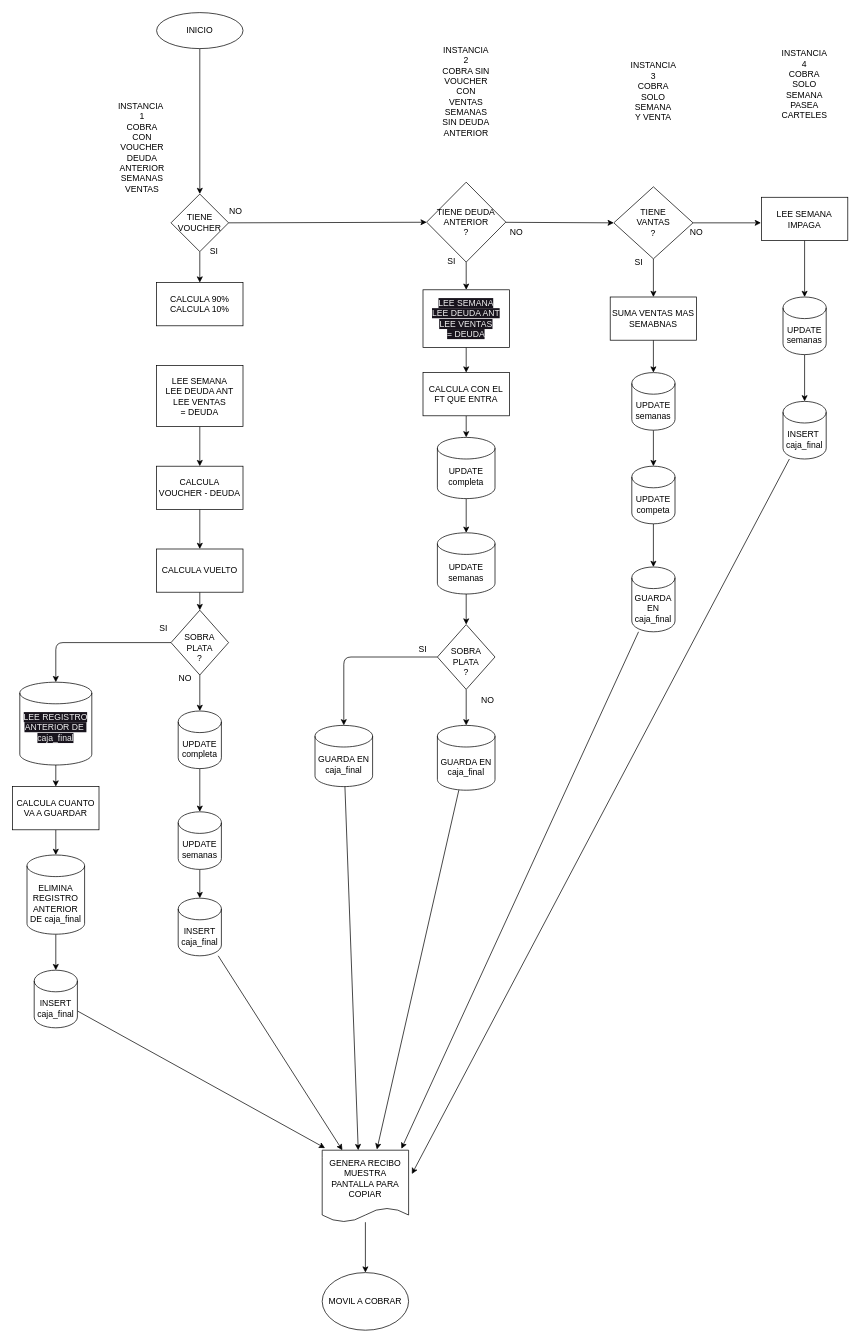
The draw.io diagram php/admin/cobros/1.drawio in fabian145152/Caja_pampa, before the edit. Source tidied: cells renumbered, new cells numbered last; positions are measured from the earlier drawing's top-left corner, leaving out a move shared by most shapes. Both pictures are drawn from the tidied source at 72%, with x=0, y=0 at pixel (12, 12).
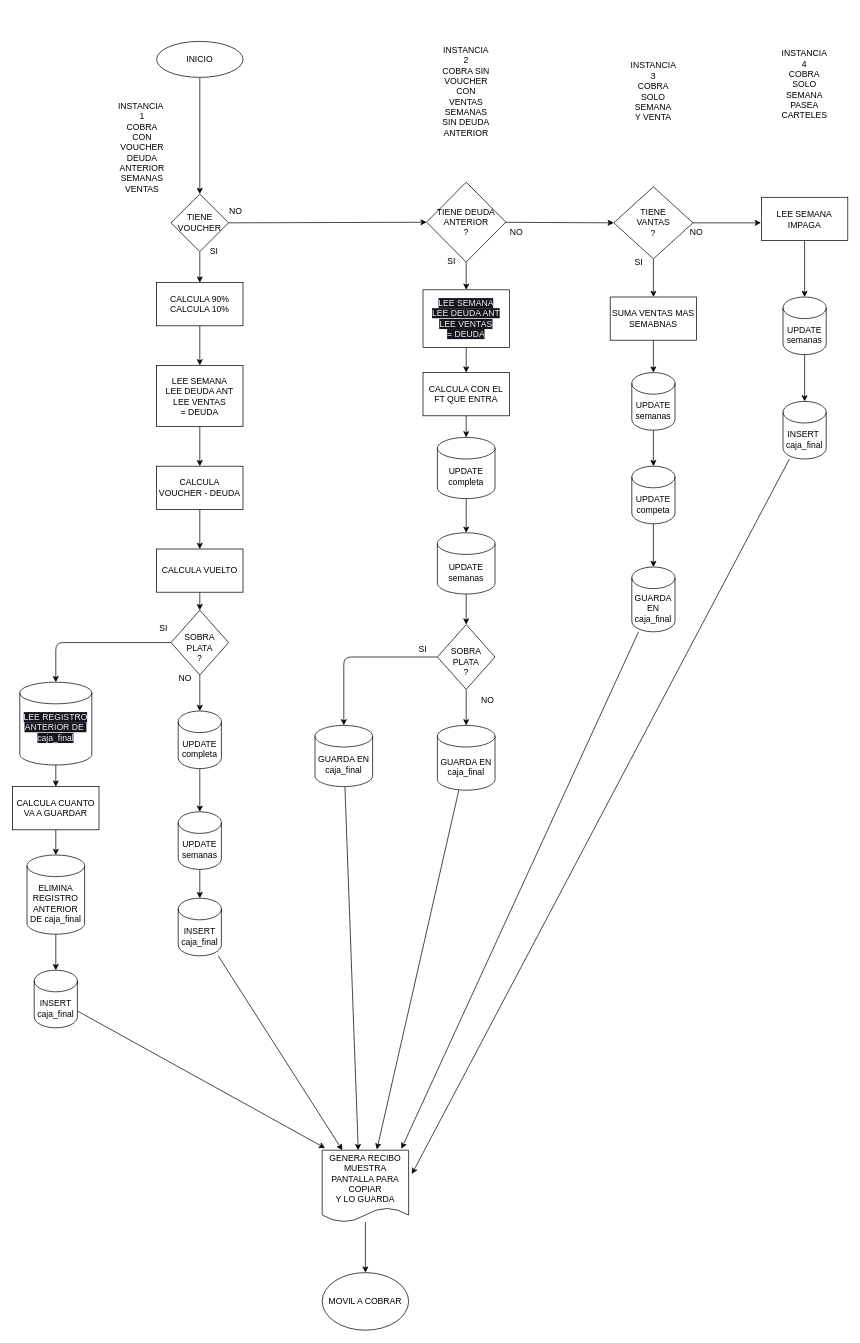
The same page after the edit.

Unchanged cells that the change refers to:
```xml
<mxCell id="7" value="CALCULA 90%&lt;br&gt;CALCULA 10%" style="rounded=0;whiteSpace=wrap;html=1;" parent="1" vertex="1">
  <mxGeometry x="200" y="375" width="120" height="60" as="geometry" />
</mxCell>
<mxCell id="30" value="LEE SEMANA&lt;br&gt;LEE DEUDA ANT&lt;br&gt;LEE VENTAS&lt;br&gt;= DEUDA" style="rounded=0;whiteSpace=wrap;html=1;" parent="1" vertex="1">
  <mxGeometry x="200" y="490" width="120" height="85" as="geometry" />
</mxCell>
```

The edit, as a diff of the source:
```diff
@@
     <mxCell id="3" value="INICIO" style="ellipse;whiteSpace=wrap;html=1;" parent="1" vertex="1">
-      <mxGeometry x="200" width="120" height="50" as="geometry" />
+      <mxGeometry x="200" y="40" width="120" height="50" as="geometry" />
     </mxCell>
@@
+    <mxCell id="83" style="edgeStyle=none;html=1;" parent="1" edge="1" source="7" target="30">
+      <mxGeometry relative="1" as="geometry" />
+    </mxCell>
@@
-    <mxCell id="81" value="GENERA RECIBO&lt;br&gt;MUESTRA PANTALLA PARA COPIAR" style="shape=document;whiteSpace=wrap;html=1;boundedLbl=1;size=0.2;" parent="1" vertex="1">
+    <mxCell id="81" value="GENERA RECIBO&lt;br&gt;MUESTRA PANTALLA PARA COPIAR&lt;br&gt;Y LO GUARDA" style="shape=document;whiteSpace=wrap;html=1;boundedLbl=1;size=0.2;" parent="1" vertex="1">
       <mxGeometry x="430" y="1580" width="120" height="100" as="geometry" />
     </mxCell>
```
